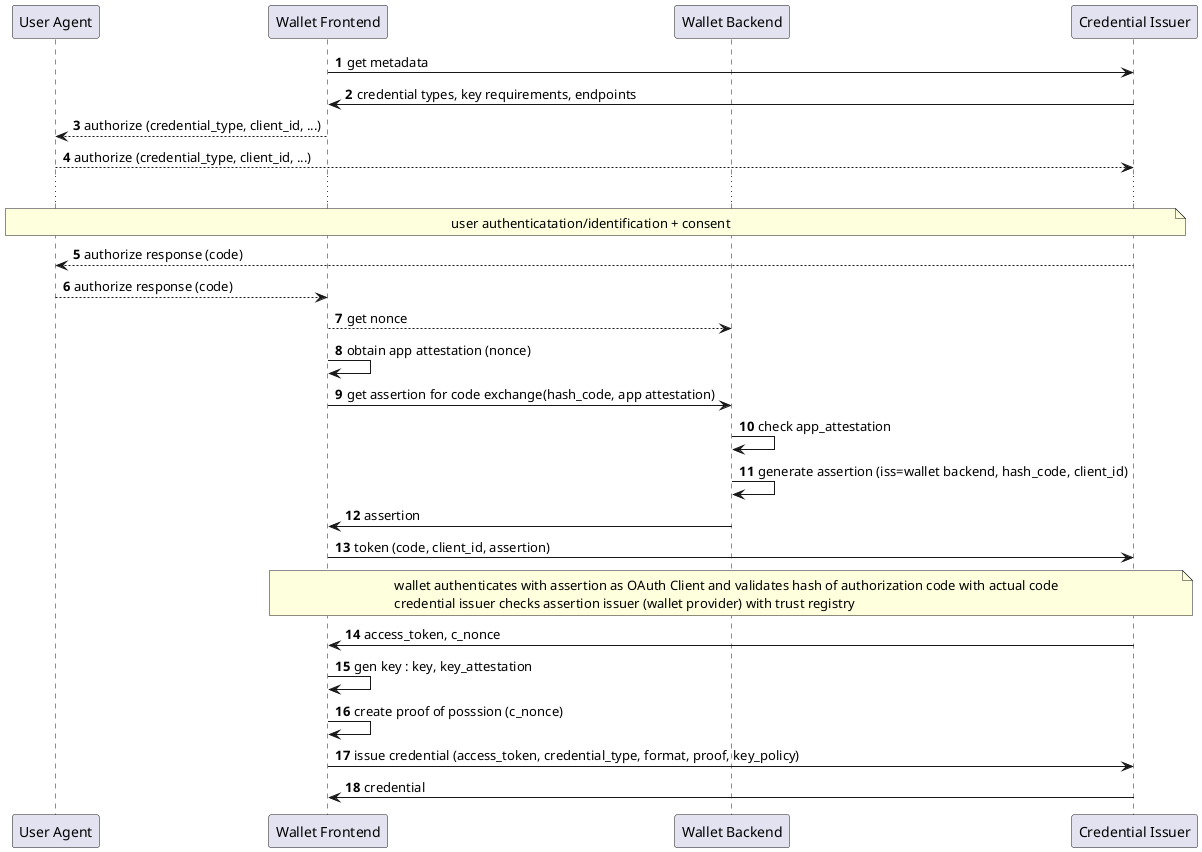
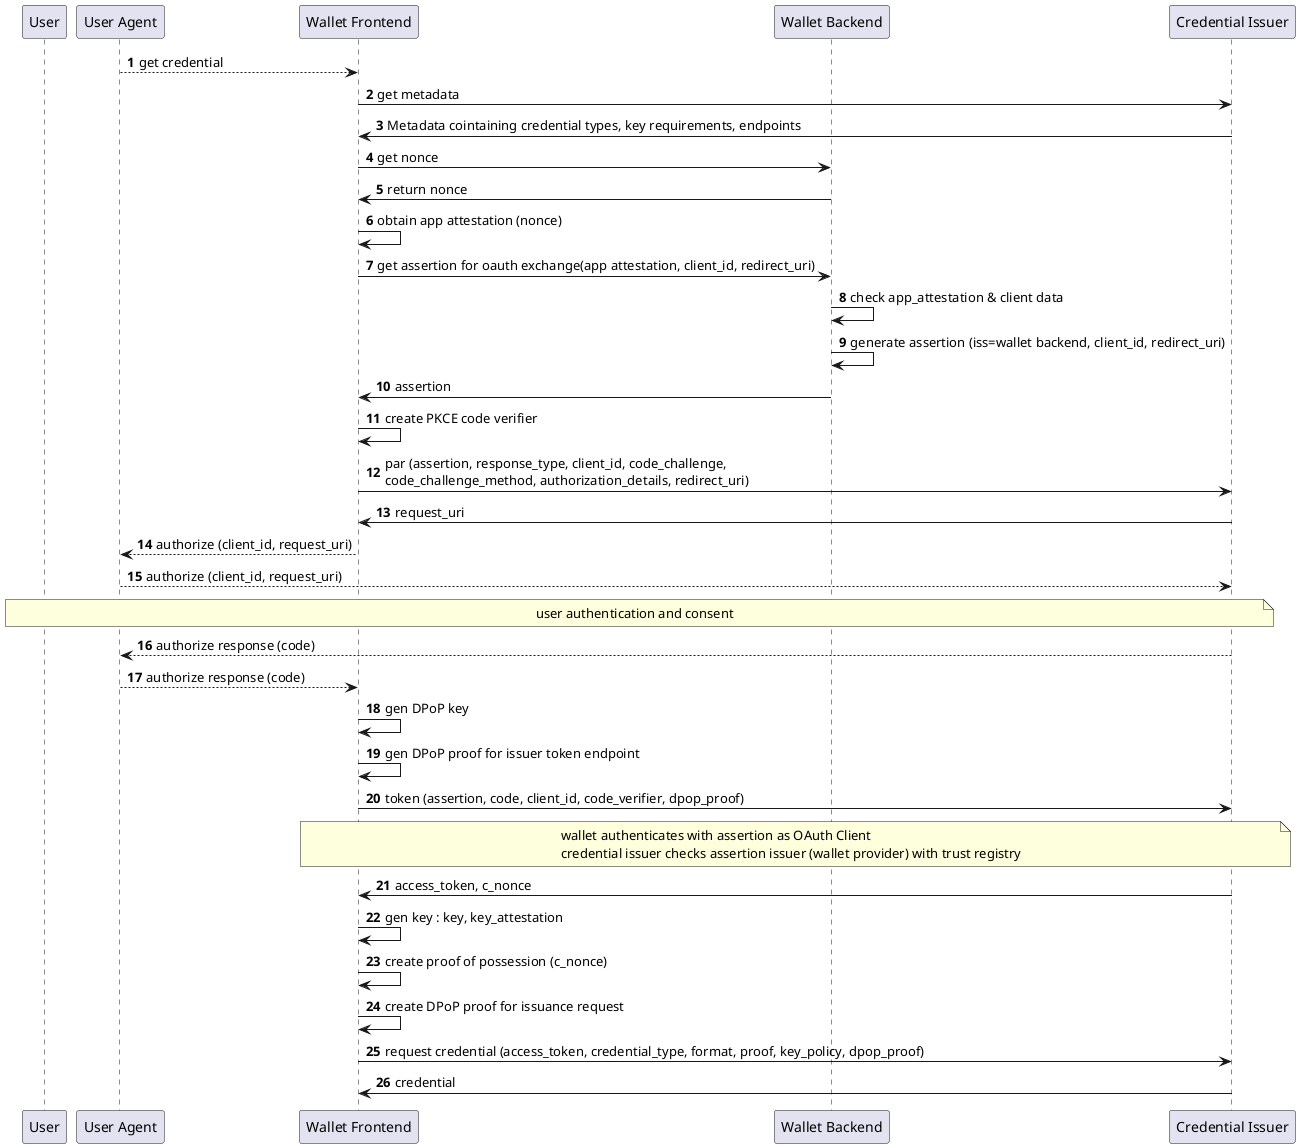
@startuml
+ 
autonumber
- participant "User Agent" as u
+ 
+ participant User as u
+ 
+ participant "User Agent" as ua
+ 
participant "Wallet Frontend" as w
+ 
participant "Wallet Backend" as b
+ 
participant "Credential Issuer" as i

+ 
+ ua --> w: get credential
+ 
w -> i: get metadata
- i -> w: credential types, key requirements, endpoints
- w --> u : authorize (credential_type, client_id, ...)
- u --> i: authorize (credential_type, client_id, ...)
- ...
- note over u, i: user authenticatation/identification + consent
- i --> u : authorize response (code)
- u --> w: authorize response (code)
- w --> b: get nonce
+ 
+ i -> w: Metadata cointaining credential types, key requirements, endpoints
+ 
+ w -> b: get nonce
+ b -> w: return nonce
+ 
w -> w : obtain app attestation (nonce)
- w -> b : get assertion for code exchange(hash_code, app attestation)
- b -> b : check app_attestation
- b -> b : generate assertion (iss=wallet backend, hash_code, client_id)
+ 
+ w -> b : get assertion for oauth exchange(app attestation, client_id, redirect_uri)
+ 
+ b -> b : check app_attestation & client data
+ 
+ b -> b : generate assertion (iss=wallet backend, client_id, redirect_uri)
+ 
b -> w : assertion
- w -> i : token (code, client_id, assertion)
- note over w, i: wallet authenticates with assertion as OAuth Client and validates hash of authorization code with actual code\ncredential issuer checks assertion issuer (wallet provider) with trust registry
+ 
+ w -> w : create PKCE code verifier
+ 
+ w -> i : par (assertion, response_type, client_id, code_challenge,\ncode_challenge_method, authorization_details, redirect_uri)
+ 
+ i -> w : request_uri
+ 
+ 
+ w --> ua: authorize (client_id, request_uri)
+ ua --> i: authorize (client_id, request_uri)
+ 
+ 
+ note over u, i: user authentication and consent
+ 
+ i --> ua : authorize response (code)
+ ua --> w : authorize response (code)
+ 
+ w -> w : gen DPoP key
+ 
+ w -> w : gen DPoP proof for issuer token endpoint
+ 
+ w -> i : token (assertion, code, client_id, code_verifier, dpop_proof)
+ 
+ note over w, i: wallet authenticates with assertion as OAuth Client\ncredential issuer checks assertion issuer (wallet provider) with trust registry
+ 
i -> w : access_token, c_nonce
+ 
w -> w : gen key : key, key_attestation
- w -> w : create proof of posssion (c_nonce)
- w -> i : issue credential (access_token, credential_type, format, proof, key_policy)
+ 
+ w -> w : create proof of possession (c_nonce)
+ 
+ w  -> w : create DPoP proof for issuance request
+ 
+ w -> i : request credential (access_token, credential_type, format, proof, key_policy, dpop_proof)
+ 
i -> w : credential
+ 
@enduml